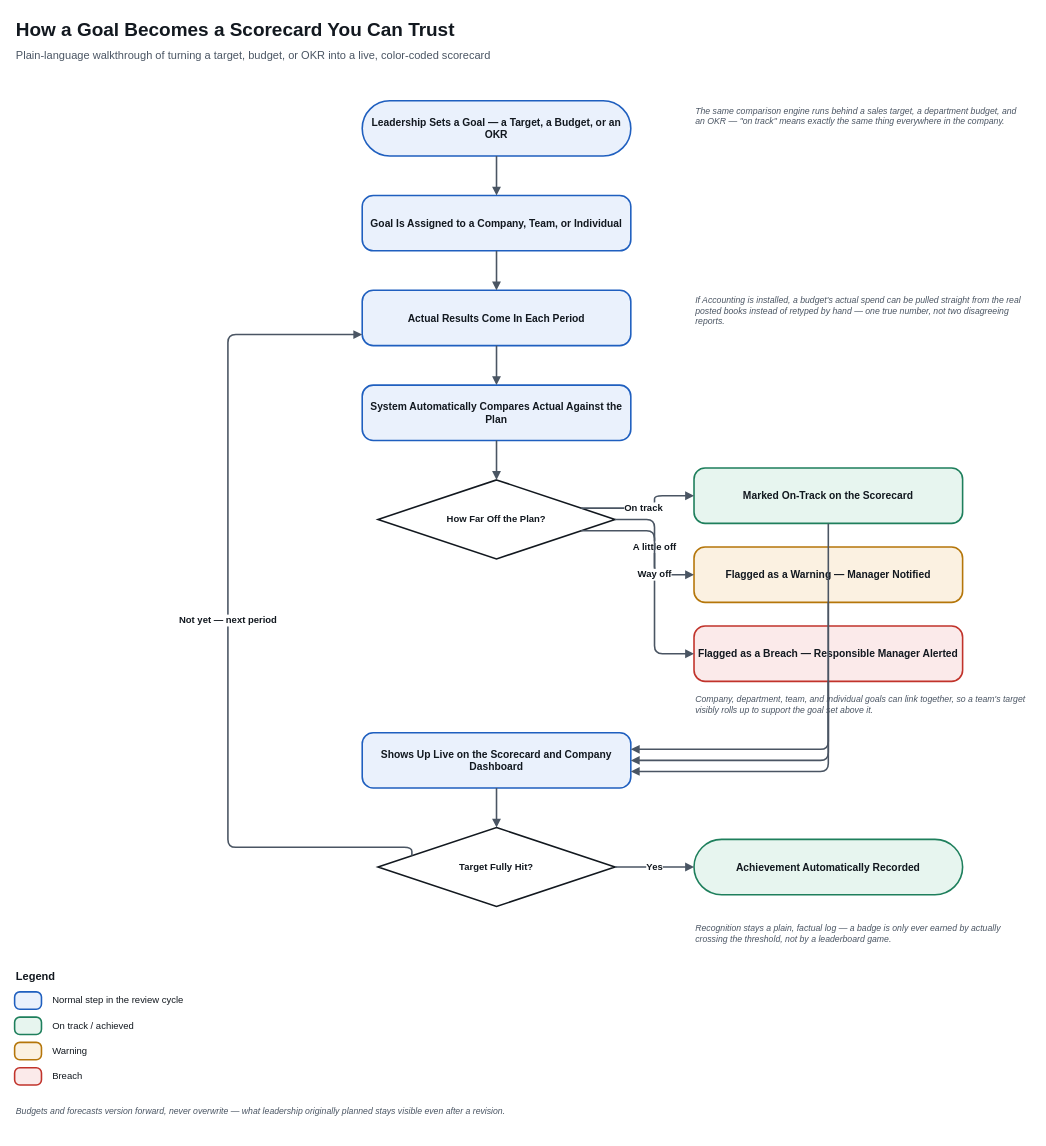
The draw.io diagram app/Modules/Performance/PERFORMANCE_FLOW.drawio in andrych17/qualiv_project, before the edit. Source tidied: cells renumbered, new cells numbered last; positions are measured from the earlier drawing's top-left corner, leaving out a move shared by most shapes. Both pictures are drawn from the tidied source at 79%, with x=0, y=0 at pixel (14, 13).
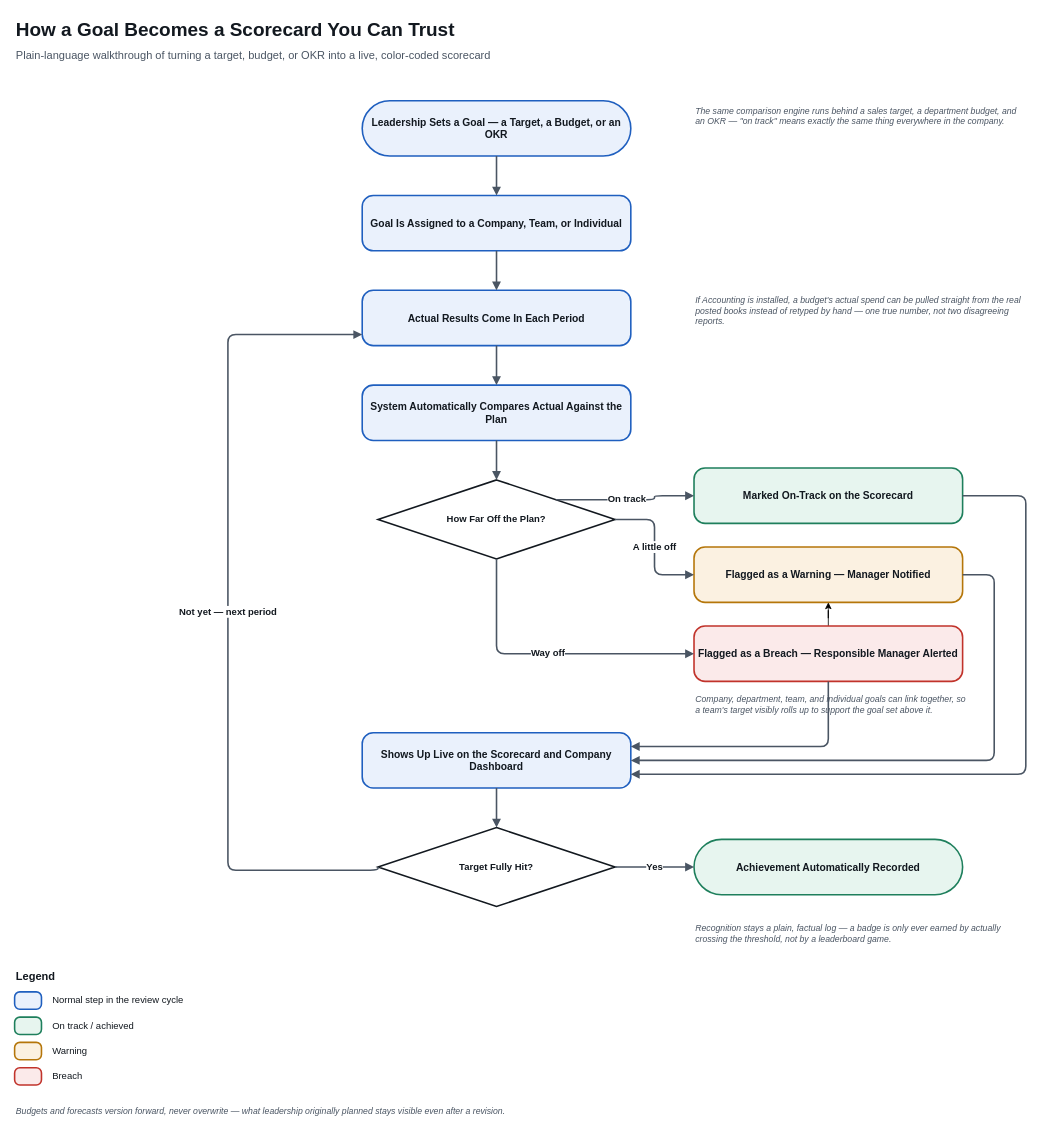
Above is the later version.

Unchanged cells that the change refers to:
```xml
<mxCell id="6" value="Actual Results Come In Each Period" style="rounded=1;arcSize=20;whiteSpace=wrap;html=1;fillColor=#EAF1FC;strokeColor=#1F5FBF;strokeWidth=2;fontSize=13;fontStyle=1;fontColor=#12181F;" parent="1" vertex="1">
  <mxGeometry x="440" y="350" width="340" height="70" as="geometry" />
</mxCell>
<mxCell id="8" value="How Far Off the Plan?" style="rhombus;whiteSpace=wrap;html=1;fillColor=#FFFFFF;strokeColor=#12181F;strokeWidth=2;fontSize=12;fontStyle=1;fontColor=#12181F;" parent="1" vertex="1">
  <mxGeometry x="460" y="590" width="300" height="100" as="geometry" />
</mxCell>
<mxCell id="9" value="Marked On-Track on the Scorecard" style="rounded=1;arcSize=20;whiteSpace=wrap;html=1;fillColor=#E7F5EF;strokeColor=#1E7F5C;strokeWidth=2;fontSize=13;fontStyle=1;fontColor=#12181F;" parent="1" vertex="1">
  <mxGeometry x="860" y="575" width="340" height="70" as="geometry" />
</mxCell>
<mxCell id="10" value="Flagged as a Warning — Manager Notified" style="rounded=1;arcSize=20;whiteSpace=wrap;html=1;fillColor=#FBF1E1;strokeColor=#B5760A;strokeWidth=2;fontSize=13;fontStyle=1;fontColor=#12181F;" parent="1" vertex="1">
  <mxGeometry x="860" y="675" width="340" height="70" as="geometry" />
</mxCell>
<mxCell id="11" value="Flagged as a Breach — Responsible Manager Alerted" style="rounded=1;arcSize=20;whiteSpace=wrap;html=1;fillColor=#FBEAEA;strokeColor=#C1332B;strokeWidth=2;fontSize=13;fontStyle=1;fontColor=#12181F;" parent="1" vertex="1">
  <mxGeometry x="860" y="775" width="340" height="70" as="geometry" />
</mxCell>
<mxCell id="12" value="Shows Up Live on the Scorecard and Company Dashboard" style="rounded=1;arcSize=20;whiteSpace=wrap;html=1;fillColor=#EAF1FC;strokeColor=#1F5FBF;strokeWidth=2;fontSize=13;fontStyle=1;fontColor=#12181F;" parent="1" vertex="1">
  <mxGeometry x="440" y="910" width="340" height="70" as="geometry" />
</mxCell>
<mxCell id="13" value="Target Fully Hit?" style="rhombus;whiteSpace=wrap;html=1;fillColor=#FFFFFF;strokeColor=#12181F;strokeWidth=2;fontSize=12;fontStyle=1;fontColor=#12181F;" parent="1" vertex="1">
  <mxGeometry x="460" y="1030" width="300" height="100" as="geometry" />
</mxCell>
```

What changed in the source:
```diff
@@
+    <mxCell id="42" style="edgeStyle=orthogonalEdgeStyle;rounded=0;jettySize=auto;html=1;" parent="1" edge="1" source="11" target="10">
+      <mxGeometry relative="1" as="geometry" />
+    </mxCell>
@@
-    <mxCell id="19" value="On track" style="edgeStyle=orthogonalEdgeStyle;rounded=1;html=1;endArrow=block;endFill=1;strokeColor=#4A5563;strokeWidth=2;fontSize=12;fontStyle=1;fontColor=#12181F;labelBackgroundColor=#FFFFFF;exitX=1;exitY=0.3;exitDx=0;exitDy=0;entryX=0;entryY=0.5;entryDx=0;entryDy=0;" parent="1" edge="1" source="8" target="9">
+    <mxCell id="19" value="On track" style="edgeStyle=orthogonalEdgeStyle;rounded=1;html=1;endArrow=block;endFill=1;strokeColor=#4A5563;strokeWidth=2;fontSize=12;fontStyle=1;fontColor=#12181F;labelBackgroundColor=#FFFFFF;exitX=1;exitY=0;exitDx=0;exitDy=0;entryX=0;entryY=0.5;entryDx=0;entryDy=0;" parent="1" edge="1" source="8" target="9">
       <mxGeometry relative="1" as="geometry" />
     </mxCell>
@@
-    <mxCell id="21" value="Way off" style="edgeStyle=orthogonalEdgeStyle;rounded=1;html=1;endArrow=block;endFill=1;strokeColor=#4A5563;strokeWidth=2;fontSize=12;fontStyle=1;fontColor=#12181F;labelBackgroundColor=#FFFFFF;exitX=1;exitY=0.7;exitDx=0;exitDy=0;entryX=0;entryY=0.5;entryDx=0;entryDy=0;" parent="1" edge="1" source="8" target="11">
+    <mxCell id="21" value="Way off" style="edgeStyle=orthogonalEdgeStyle;rounded=1;html=1;endArrow=block;endFill=1;strokeColor=#4A5563;strokeWidth=2;fontSize=12;fontStyle=1;fontColor=#12181F;labelBackgroundColor=#FFFFFF;exitX=0.5;exitY=1;exitDx=0;exitDy=0;entryX=0;entryY=0.5;entryDx=0;entryDy=0;" parent="1" edge="1" source="8" target="11">
       <mxGeometry relative="1" as="geometry" />
     </mxCell>
-    <mxCell id="22" style="edgeStyle=orthogonalEdgeStyle;rounded=1;html=1;endArrow=block;endFill=1;strokeColor=#4A5563;strokeWidth=2;fontSize=12;fontStyle=1;fontColor=#12181F;labelBackgroundColor=#FFFFFF;exitX=0.5;exitY=1;exitDx=0;exitDy=0;entryX=1;entryY=0.3;entryDx=0;entryDy=0;" parent="1" edge="1" source="9" target="12">
+    <mxCell id="22" style="edgeStyle=orthogonalEdgeStyle;rounded=1;html=1;endArrow=block;endFill=1;strokeColor=#4A5563;strokeWidth=2;fontSize=12;fontStyle=1;fontColor=#12181F;labelBackgroundColor=#FFFFFF;exitX=1;exitY=0.5;exitDx=0;exitDy=0;entryX=1;entryY=0.75;entryDx=0;entryDy=0;" parent="1" edge="1" source="9" target="12">
       <mxGeometry relative="1" as="geometry">
         <Array as="points">
-          <mxPoint x="1030" y="645" />
-          <mxPoint x="1030" y="910" />
+          <mxPoint x="1280" y="610" />
+          <mxPoint x="1280" y="963" />
         </Array>
       </mxGeometry>
     </mxCell>
-    <mxCell id="23" style="edgeStyle=orthogonalEdgeStyle;rounded=1;html=1;endArrow=block;endFill=1;strokeColor=#4A5563;strokeWidth=2;fontSize=12;fontStyle=1;fontColor=#12181F;labelBackgroundColor=#FFFFFF;exitX=0.5;exitY=1;exitDx=0;exitDy=0;entryX=1;entryY=0.5;entryDx=0;entryDy=0;" parent="1" edge="1" source="10" target="12">
+    <mxCell id="23" style="edgeStyle=orthogonalEdgeStyle;rounded=1;html=1;endArrow=block;endFill=1;strokeColor=#4A5563;strokeWidth=2;fontSize=12;fontStyle=1;fontColor=#12181F;labelBackgroundColor=#FFFFFF;exitX=1;exitY=0.5;exitDx=0;exitDy=0;entryX=1;entryY=0.5;entryDx=0;entryDy=0;" parent="1" edge="1" source="10" target="12">
       <mxGeometry relative="1" as="geometry">
         <Array as="points">
-          <mxPoint x="1030" y="745" />
-          <mxPoint x="1030" y="945" />
+          <mxPoint x="1240" y="710" />
+          <mxPoint x="1240" y="945" />
         </Array>
       </mxGeometry>
     </mxCell>
-    <mxCell id="24" style="edgeStyle=orthogonalEdgeStyle;rounded=1;html=1;endArrow=block;endFill=1;strokeColor=#4A5563;strokeWidth=2;fontSize=12;fontStyle=1;fontColor=#12181F;labelBackgroundColor=#FFFFFF;exitX=0.5;exitY=1;exitDx=0;exitDy=0;entryX=1;entryY=0.7;entryDx=0;entryDy=0;" parent="1" edge="1" source="11" target="12">
+    <mxCell id="24" style="edgeStyle=orthogonalEdgeStyle;rounded=1;html=1;endArrow=block;endFill=1;strokeColor=#4A5563;strokeWidth=2;fontSize=12;fontStyle=1;fontColor=#12181F;labelBackgroundColor=#FFFFFF;exitX=0.5;exitY=1;exitDx=0;exitDy=0;entryX=1;entryY=0.25;entryDx=0;entryDy=0;" parent="1" edge="1" source="11" target="12">
       <mxGeometry relative="1" as="geometry">
         <Array as="points">
-          <mxPoint x="1030" y="845" />
-          <mxPoint x="1030" y="970" />
+          <mxPoint x="1030" y="928" />
         </Array>
       </mxGeometry>
     </mxCell>
@@
-    <mxCell id="27" value="Not yet — next period" style="edgeStyle=orthogonalEdgeStyle;rounded=1;html=1;endArrow=block;endFill=1;strokeColor=#4A5563;strokeWidth=2;fontSize=12;fontStyle=1;fontColor=#12181F;labelBackgroundColor=#FFFFFF;exitX=0;exitY=0.3;exitDx=0;exitDy=0;entryX=0;entryY=0.8;entryDx=0;entryDy=0;" parent="1" edge="1" source="13" target="6">
+    <mxCell id="27" value="Not yet — next period" style="edgeStyle=orthogonalEdgeStyle;rounded=1;html=1;endArrow=block;endFill=1;strokeColor=#4A5563;strokeWidth=2;fontSize=12;fontStyle=1;fontColor=#12181F;labelBackgroundColor=#FFFFFF;exitX=0;exitY=0.5;exitDx=0;exitDy=0;entryX=0;entryY=0.8;entryDx=0;entryDy=0;" parent="1" edge="1" source="13" target="6">
       <mxGeometry relative="1" as="geometry">
         <Array as="points">
-          <mxPoint x="360" y="1055" />
-          <mxPoint x="270" y="1055" />
-          <mxPoint x="270" y="385" />
+          <mxPoint x="460" y="1084" />
+          <mxPoint x="270" y="1084" />
+          <mxPoint x="270" y="406" />
         </Array>
       </mxGeometry>
     </mxCell>
@@
     <mxCell id="30" value="Company, department, team, and individual goals can link together, so a team's target visibly rolls up to support the goal set above it." style="text;html=1;fontSize=11;fontColor=#4A5563;fontStyle=2;align=left;verticalAlign=top;whiteSpace=wrap;" parent="1" vertex="1">
-      <mxGeometry x="860" y="855" width="420" height="100" as="geometry" />
+      <mxGeometry x="860" y="855" width="350" height="49" as="geometry" />
     </mxCell>
```
